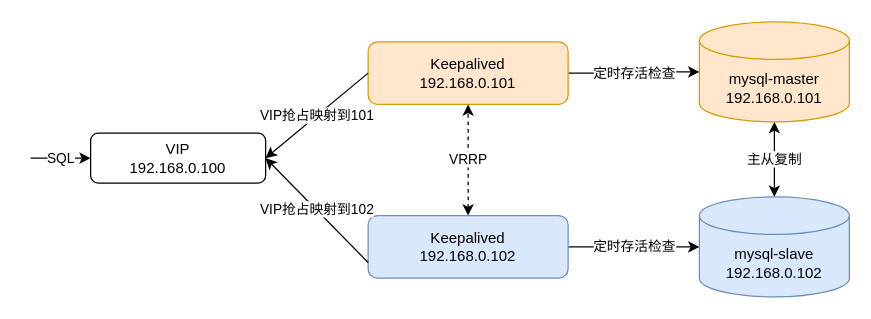
The draw.io diagram mysql-keepalived.drawio in linlin8/linlin8.github.io, before the edit. Source tidied: cells renumbered, new cells numbered last; positions are measured from the earlier drawing's top-left corner, leaving out a move shared by most shapes. Both pictures are drawn from the tidied source at 125%, with x=0, y=0 at pixel (30, 21).
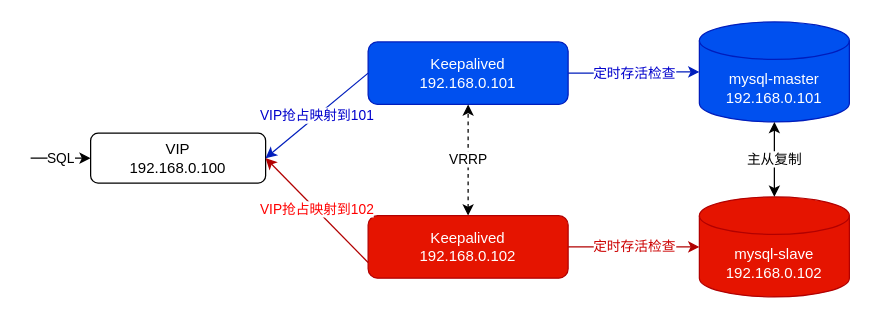
After the change.

What changed in the source:
```diff
@@
 <mxGraphModel>
   <root>
     <mxCell id="0" />
     <mxCell id="1" parent="0" />
-    <mxCell id="2" value="mysql-master&lt;br&gt;192.168.0.101" style="shape=cylinder3;whiteSpace=wrap;html=1;boundedLbl=1;backgroundOutline=1;size=15;fillColor=#ffe6cc;strokeColor=#d79b00;" parent="1" vertex="1">
+    <mxCell id="2" value="mysql-master&lt;br&gt;192.168.0.101" style="shape=cylinder3;whiteSpace=wrap;html=1;boundedLbl=1;backgroundOutline=1;size=15;fillColor=#0050ef;strokeColor=#001DBC;fontColor=#ffffff;" parent="1" vertex="1">
       <mxGeometry x="535" width="120" height="80" as="geometry" />
     </mxCell>
-    <mxCell id="3" value="mysql-slave&lt;br&gt;192.168.0.102" style="shape=cylinder3;whiteSpace=wrap;html=1;boundedLbl=1;backgroundOutline=1;size=15;fillColor=#dae8fc;strokeColor=#6c8ebf;" parent="1" vertex="1">
+    <mxCell id="3" value="mysql-slave&lt;br&gt;192.168.0.102" style="shape=cylinder3;whiteSpace=wrap;html=1;boundedLbl=1;backgroundOutline=1;size=15;fillColor=#e51400;strokeColor=#B20000;fontColor=#ffffff;" parent="1" vertex="1">
       <mxGeometry x="535" y="140" width="120" height="80" as="geometry" />
     </mxCell>
-    <mxCell id="4" value="定时存活检查" style="edgeStyle=orthogonalEdgeStyle;rounded=0;jettySize=auto;html=1;exitX=1;exitY=0.5;exitDx=0;exitDy=0;entryX=0;entryY=0.5;entryDx=0;entryDy=0;entryPerimeter=0;" parent="1" edge="1" source="5" target="2">
+    <mxCell id="4" value="定时存活检查" style="edgeStyle=orthogonalEdgeStyle;rounded=0;jettySize=auto;html=1;exitX=1;exitY=0.5;exitDx=0;exitDy=0;entryX=0;entryY=0.5;entryDx=0;entryDy=0;entryPerimeter=0;fillColor=#0050ef;strokeColor=#001DBC;fontColor=#0000CC;" parent="1" edge="1" source="5" target="2">
       <mxGeometry relative="1" as="geometry" />
     </mxCell>
-    <mxCell id="5" value="Keepalived&lt;br&gt;192.168.0.101" style="rounded=1;whiteSpace=wrap;html=1;fillColor=#ffe6cc;strokeColor=#d79b00;" parent="1" vertex="1">
+    <mxCell id="5" value="Keepalived&lt;br&gt;192.168.0.101" style="rounded=1;whiteSpace=wrap;html=1;fillColor=#0050ef;strokeColor=#001DBC;fontColor=#ffffff;" parent="1" vertex="1">
       <mxGeometry x="270" y="16" width="160" height="50" as="geometry" />
     </mxCell>
-    <mxCell id="6" value="定时存活检查" style="edgeStyle=orthogonalEdgeStyle;rounded=0;jettySize=auto;html=1;exitX=1;exitY=0.5;exitDx=0;exitDy=0;entryX=0;entryY=0.5;entryDx=0;entryDy=0;entryPerimeter=0;" parent="1" edge="1" source="8" target="3">
+    <mxCell id="6" value="定时存活检查" style="edgeStyle=orthogonalEdgeStyle;rounded=0;jettySize=auto;html=1;exitX=1;exitY=0.5;exitDx=0;exitDy=0;entryX=0;entryY=0.5;entryDx=0;entryDy=0;entryPerimeter=0;fillColor=#e51400;strokeColor=#B20000;fontColor=#CC0000;" parent="1" edge="1" source="8" target="3">
       <mxGeometry relative="1" as="geometry" />
     </mxCell>
     <mxCell id="7" value="VRRP" style="edgeStyle=orthogonalEdgeStyle;rounded=0;jettySize=auto;html=1;startArrow=classic;startFill=1;dashed=1;" parent="1" edge="1" source="8" target="5">
       <mxGeometry relative="1" as="geometry" />
     </mxCell>
-    <mxCell id="8" value="Keepalived&lt;br&gt;192.168.0.102" style="rounded=1;whiteSpace=wrap;html=1;fillColor=#dae8fc;strokeColor=#6c8ebf;" parent="1" vertex="1">
+    <mxCell id="8" value="Keepalived&lt;br&gt;192.168.0.102" style="rounded=1;whiteSpace=wrap;html=1;fillColor=#e51400;strokeColor=#B20000;fontColor=#ffffff;" parent="1" vertex="1">
       <mxGeometry x="270" y="155" width="160" height="50" as="geometry" />
     </mxCell>
     <mxCell id="9" value="主从复制" style="endArrow=classic;startArrow=classic;html=1;entryX=0.5;entryY=1;entryDx=0;entryDy=0;entryPerimeter=0;exitX=0.5;exitY=0;exitDx=0;exitDy=0;exitPerimeter=0;rounded=1;" parent="1" edge="1" source="3" target="2">
       <mxGeometry relative="1" as="geometry" />
     </mxCell>
     <mxCell id="10" value="VIP&lt;br&gt;192.168.0.100" style="rounded=1;whiteSpace=wrap;html=1;" parent="1" vertex="1">
       <mxGeometry x="48" y="89" width="140" height="40" as="geometry" />
     </mxCell>
-    <mxCell id="11" value="VIP抢占映射到102" style="endArrow=classic;html=1;exitX=0;exitY=0.75;exitDx=0;exitDy=0;entryX=1;entryY=0.5;entryDx=0;entryDy=0;" parent="1" edge="1" source="8" target="10">
+    <mxCell id="11" value="VIP抢占映射到102" style="endArrow=classic;html=1;exitX=0;exitY=0.75;exitDx=0;exitDy=0;entryX=1;entryY=0.5;entryDx=0;entryDy=0;fillColor=#e51400;strokeColor=#B20000;fontColor=#FF0000;" parent="1" edge="1" source="8" target="10">
       <mxGeometry relative="1" as="geometry" />
     </mxCell>
-    <mxCell id="12" value="VIP抢占映射到101" style="endArrow=classic;html=1;exitX=0;exitY=0.5;exitDx=0;exitDy=0;entryX=1;entryY=0.5;entryDx=0;entryDy=0;" parent="1" edge="1" source="5" target="10">
+    <mxCell id="12" value="VIP抢占映射到101" style="endArrow=classic;html=1;exitX=0;exitY=0.5;exitDx=0;exitDy=0;entryX=1;entryY=0.5;entryDx=0;entryDy=0;fillColor=#0050ef;strokeColor=#001DBC;fontColor=#0000CC;" parent="1" edge="1" source="5" target="10">
       <mxGeometry relative="1" as="geometry" />
     </mxCell>
     <mxCell id="13" value="SQL" style="endArrow=classic;html=1;entryX=0;entryY=0.5;entryDx=0;entryDy=0;" parent="1" edge="1">
       <mxGeometry relative="1" as="geometry">
         <mxPoint y="109" as="sourcePoint" />
         <mxPoint x="48" y="109" as="targetPoint" />
       </mxGeometry>
     </mxCell>
   </root>
 </mxGraphModel>
```
